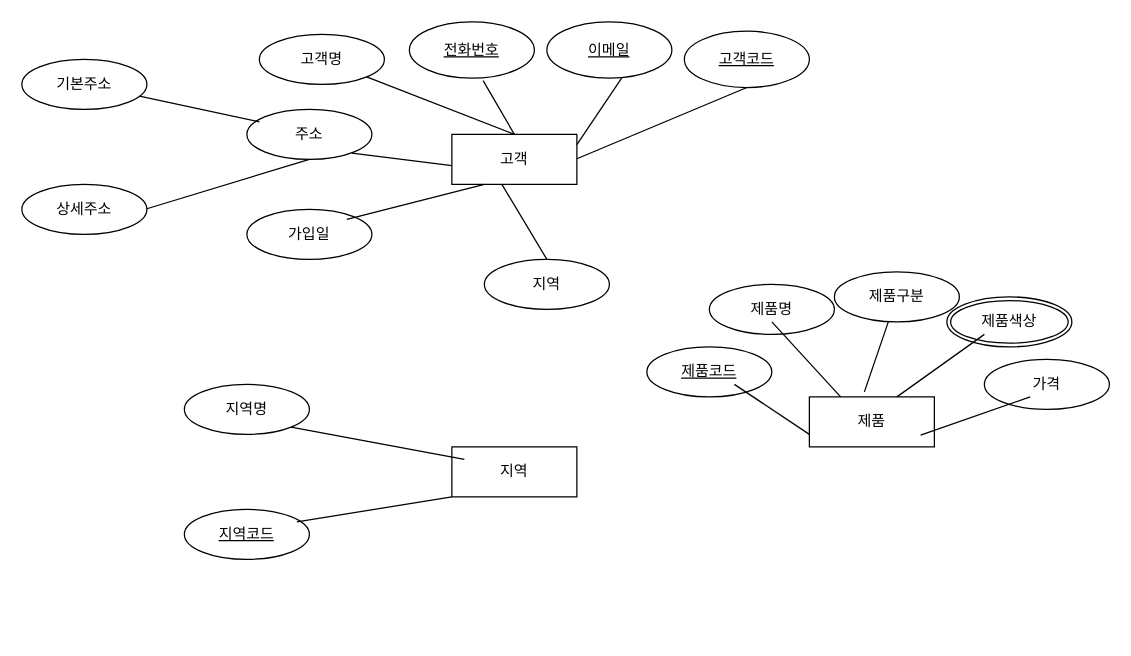
Above: 제목 없는 다이어그램.drawio in ei1111/erd (draw.io), before the change. Source tidied: cells renumbered, new cells numbered last; positions are measured from the earlier drawing's top-left corner, leaving out a move shared by most shapes. Both pictures are drawn from the tidied source at 125%, with x=0, y=0 at pixel (21, 21).
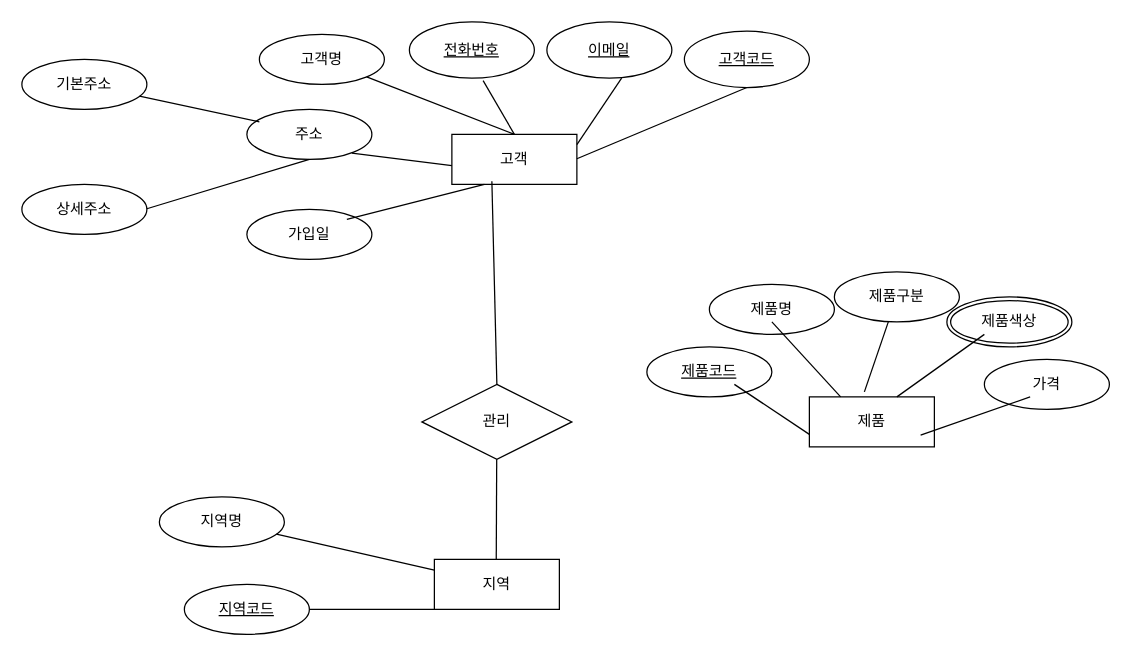
The same diagram, later.

The change refers to these unchanged cells:
```xml
<mxCell id="2" value="고객" style="whiteSpace=wrap;html=1;align=center;" parent="1" vertex="1">
  <mxGeometry x="344" y="90" width="100" height="40" as="geometry" />
</mxCell>
```

The edit, as a diff of the source:
```diff
@@
-    <mxCell id="19" value="지역" style="ellipse;whiteSpace=wrap;html=1;align=center;" parent="1" vertex="1">
-      <mxGeometry x="370" y="190" width="100" height="40" as="geometry" />
-    </mxCell>
-    <mxCell id="20" style="endArrow=none;html=1;rounded=0;entryX=0.5;entryY=0;entryDx=0;entryDy=0;exitX=0.4;exitY=1;exitDx=0;exitDy=0;exitPerimeter=0;" parent="1" edge="1" source="2" target="19">
-      <mxGeometry relative="1" as="geometry" />
-    </mxCell>
     <mxCell id="21" value="지역" style="whiteSpace=wrap;html=1;align=center;" parent="1" vertex="1">
-      <mxGeometry x="344" y="340" width="100" height="40" as="geometry" />
+      <mxGeometry x="330" y="430" width="100" height="40" as="geometry" />
     </mxCell>
     <mxCell id="22" value="지역명" style="ellipse;whiteSpace=wrap;html=1;align=center;" parent="1" vertex="1">
-      <mxGeometry x="130" y="290" width="100" height="40" as="geometry" />
+      <mxGeometry x="110" y="380" width="100" height="40" as="geometry" />
     </mxCell>
     <mxCell id="23" value="지역코드" style="ellipse;whiteSpace=wrap;html=1;align=center;fontStyle=4;" parent="1" vertex="1">
-      <mxGeometry x="130" y="390" width="100" height="40" as="geometry" />
+      <mxGeometry x="130" y="450" width="100" height="40" as="geometry" />
     </mxCell>
-    <mxCell id="24" style="endArrow=none;html=1;rounded=0;entryX=0;entryY=0.25;entryDx=0;entryDy=0;exitX=1;exitY=1;exitDx=0;exitDy=0;" parent="1" edge="1" source="22">
-      <mxGeometry relative="1" as="geometry">
-        <mxPoint x="354" y="350" as="targetPoint" />
-      </mxGeometry>
-    </mxCell>
-    <mxCell id="25" style="endArrow=none;html=1;rounded=0;entryX=0;entryY=1;entryDx=0;entryDy=0;" parent="1" edge="1" target="21">
-      <mxGeometry relative="1" as="geometry">
-        <mxPoint x="220" y="400" as="sourcePoint" />
-      </mxGeometry>
+    <mxCell id="25" style="endArrow=none;html=1;rounded=0;entryX=0;entryY=1;entryDx=0;entryDy=0;" parent="1" edge="1" source="23" target="21">
+      <mxGeometry relative="1" as="geometry" />
     </mxCell>
@@
+    <mxCell id="37" value="관리" style="shape=rhombus;perimeter=rhombusPerimeter;whiteSpace=wrap;html=1;align=center;" parent="1" vertex="1">
+      <mxGeometry x="320" y="290" width="120" height="60" as="geometry" />
+    </mxCell>
+    <mxCell id="38" style="endArrow=none;html=1;rounded=0;" parent="1" edge="1" source="22" target="21">
+      <mxGeometry relative="1" as="geometry" />
+    </mxCell>
+    <mxCell id="39" style="endArrow=none;html=1;rounded=0;entryX=0.5;entryY=0;entryDx=0;entryDy=0;exitX=0.32;exitY=0.938;exitDx=0;exitDy=0;exitPerimeter=0;" parent="1" edge="1" source="2" target="37">
+      <mxGeometry relative="1" as="geometry" />
+    </mxCell>
+    <mxCell id="40" style="endArrow=none;html=1;rounded=0;" parent="1" edge="1" source="37">
+      <mxGeometry relative="1" as="geometry">
+        <mxPoint x="379.5" y="430" as="targetPoint" />
+      </mxGeometry>
+    </mxCell>
```
